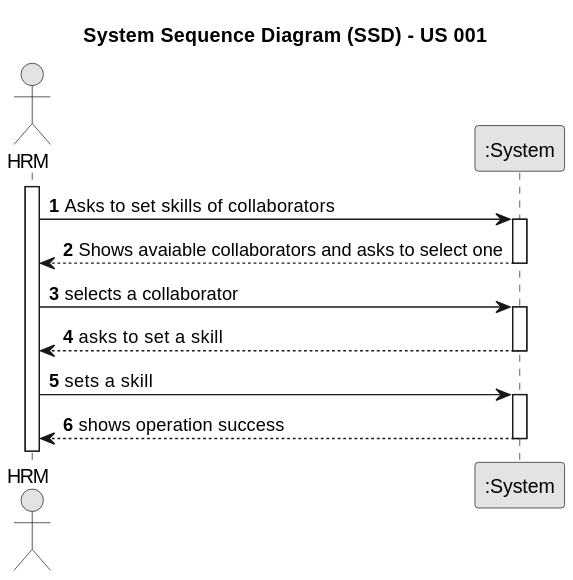
Above: docs/sprintA/us001/01.requirements-engineering/svg/us001-system-sequence-diagram.svg in Departamento-de-Engenharia-Informatica/lei-24-s2-1dm-g132 (PlantUML), before the change.
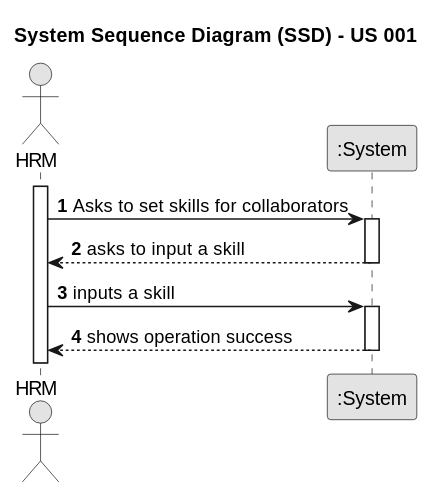
After the change.

Diff of the diagram source:
```diff
@@ -12,15 +12,12 @@
 
 activate HRM
 
-    HRM -> System: Asks to set skills of collaborators
+    HRM -> System: Asks to set skills for collaborators
     activate System
- System --> HRM: Shows avaiable collaborators and asks to select one
-    deactivate System
-    HRM -> System: selects a collaborator
-        activate System
-         System --> HRM: asks to set a skill
+
+         System --> HRM: asks to input a skill
             deactivate System
-                HRM -> System: sets a skill
+                HRM -> System: inputs a skill
                     activate System
                        System --> HRM: shows operation success
                                 deactivate System
```
